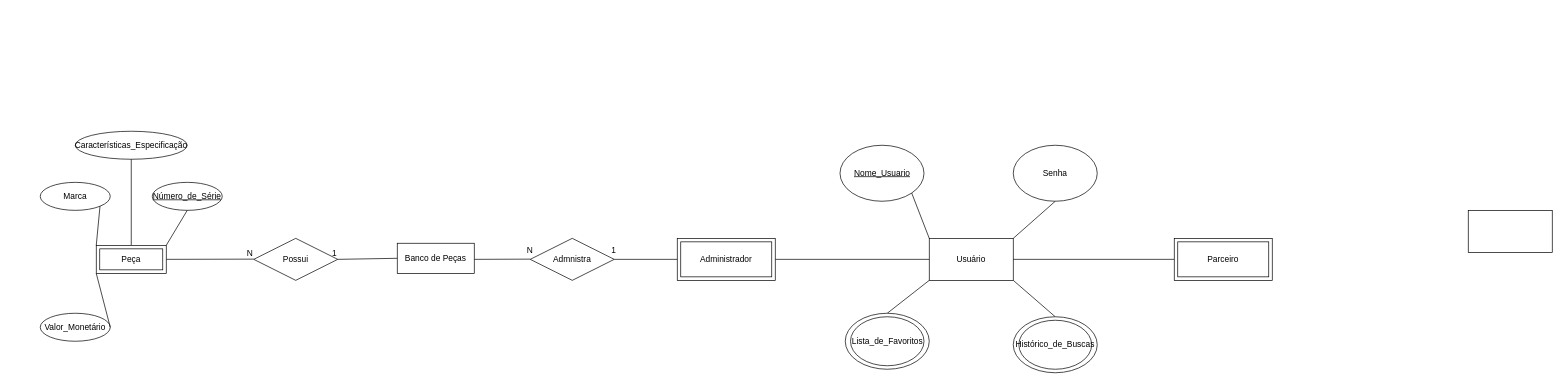
Above: Diagramas/DiagramaMER.drawio in Mateus-Fernandes-Barbosa/EngenhariaDeSoftware (draw.io), before the change. Source tidied: cells renumbered, new cells numbered last; positions are measured from the earlier drawing's top-left corner, leaving out a move shared by most shapes. Both pictures are drawn from the tidied source at 70%, with x=0, y=0 at pixel (40, 131).
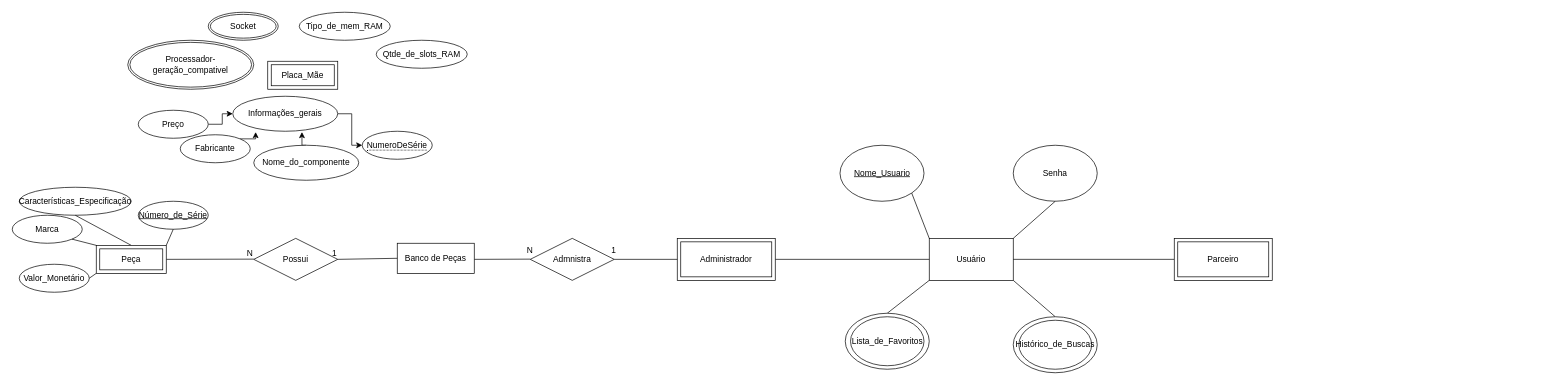
Above is the later version.

Diff of the diagram source:
```diff
@@
-    <mxCell id="18" style="rounded=0;whiteSpace=wrap;html=1;" parent="1" vertex="1">
-      <mxGeometry x="2040" y="113" width="120" height="60" as="geometry" />
-    </mxCell>
@@
+    <mxCell id="38" value="Placa_Mãe" style="shape=ext;margin=3;double=1;whiteSpace=wrap;html=1;align=center;" parent="1" vertex="1">
+      <mxGeometry x="325" y="-100" width="100" height="40" as="geometry" />
+    </mxCell>
@@
+    <mxCell id="39" value="&lt;span style=&quot;border-bottom: 1px dotted&quot;&gt;NumeroDeSérie&lt;/span&gt;" style="ellipse;whiteSpace=wrap;html=1;align=center;" parent="1" vertex="1">
+      <mxGeometry x="460" width="100" height="40" as="geometry" />
+    </mxCell>
@@
+    <mxCell id="40" value="Tipo_de_mem_RAM" style="ellipse;whiteSpace=wrap;html=1;align=center;" parent="1" vertex="1">
+      <mxGeometry x="370" y="-170" width="130" height="40" as="geometry" />
+    </mxCell>
@@
+    <mxCell id="41" value="Socket" style="ellipse;shape=doubleEllipse;margin=3;whiteSpace=wrap;html=1;align=center;" parent="1" vertex="1">
+      <mxGeometry x="240" y="-170" width="100" height="40" as="geometry" />
+    </mxCell>
     <mxCell id="29" value="Marca" style="ellipse;whiteSpace=wrap;html=1;align=center;" parent="1" vertex="1">
-      <mxGeometry y="73" width="100" height="40" as="geometry" />
+      <mxGeometry x="-40" y="120" width="100" height="40" as="geometry" />
     </mxCell>
+    <mxCell id="42" style="edgeStyle=orthogonalEdgeStyle;rounded=0;jettySize=auto;html=1;" parent="1" edge="1" source="43" target="51">
+      <mxGeometry relative="1" as="geometry" />
+    </mxCell>
+    <mxCell id="43" value="Preço" style="ellipse;whiteSpace=wrap;html=1;align=center;" parent="1" vertex="1">
+      <mxGeometry x="140" y="-30" width="100" height="40" as="geometry" />
+    </mxCell>
     <mxCell id="30" value="&lt;u&gt;Número_de_Série&lt;/u&gt;" style="ellipse;whiteSpace=wrap;html=1;align=center;" parent="1" vertex="1">
-      <mxGeometry x="160" y="73" width="100" height="40" as="geometry" />
+      <mxGeometry x="140" y="100" width="100" height="40" as="geometry" />
     </mxCell>
     <mxCell id="31" value="Valor_Monetário" style="ellipse;whiteSpace=wrap;html=1;align=center;" parent="1" vertex="1">
-      <mxGeometry y="260" width="100" height="40" as="geometry" />
+      <mxGeometry x="-30" y="190" width="100" height="40" as="geometry" />
     </mxCell>
     <mxCell id="32" value="Características_Especificação" style="ellipse;whiteSpace=wrap;html=1;align=center;" parent="1" vertex="1">
-      <mxGeometry x="50" width="160" height="40" as="geometry" />
+      <mxGeometry x="-30" y="80" width="160" height="40" as="geometry" />
     </mxCell>
@@
+    <mxCell id="44" style="edgeStyle=orthogonalEdgeStyle;rounded=0;jettySize=auto;html=1;exitX=1;exitY=0;exitDx=0;exitDy=0;entryX=0.218;entryY=1.024;entryDx=0;entryDy=0;entryPerimeter=0;" parent="1" edge="1" source="45" target="51">
+      <mxGeometry relative="1" as="geometry" />
+    </mxCell>
+    <mxCell id="45" value="Fabricante" style="ellipse;whiteSpace=wrap;html=1;align=center;" parent="1" vertex="1">
+      <mxGeometry x="200" y="5" width="100" height="40" as="geometry" />
+    </mxCell>
+    <mxCell id="46" value="Processador-geração_compativel" style="ellipse;shape=doubleEllipse;margin=3;whiteSpace=wrap;html=1;align=center;" parent="1" vertex="1">
+      <mxGeometry x="125" y="-130" width="180" height="70" as="geometry" />
+    </mxCell>
+    <mxCell id="47" style="edgeStyle=orthogonalEdgeStyle;rounded=0;jettySize=auto;html=1;exitX=0.5;exitY=0;exitDx=0;exitDy=0;entryX=0.659;entryY=1.024;entryDx=0;entryDy=0;entryPerimeter=0;" parent="1" edge="1" source="48" target="51">
+      <mxGeometry relative="1" as="geometry" />
+    </mxCell>
+    <mxCell id="48" value="Nome_do_componente" style="ellipse;whiteSpace=wrap;html=1;align=center;" parent="1" vertex="1">
+      <mxGeometry x="305" y="20" width="150" height="50" as="geometry" />
+    </mxCell>
+    <mxCell id="49" value="Qtde_de_slots_RAM" style="ellipse;whiteSpace=wrap;html=1;align=center;" parent="1" vertex="1">
+      <mxGeometry x="480" y="-130" width="130" height="40" as="geometry" />
+    </mxCell>
+    <mxCell id="50" style="edgeStyle=orthogonalEdgeStyle;rounded=0;jettySize=auto;html=1;" parent="1" edge="1" source="51" target="39">
+      <mxGeometry relative="1" as="geometry" />
+    </mxCell>
+    <mxCell id="51" value="Informações_gerais" style="ellipse;whiteSpace=wrap;html=1;align=center;" parent="1" vertex="1">
+      <mxGeometry x="275" y="-50" width="150" height="50" as="geometry" />
+    </mxCell>
```
